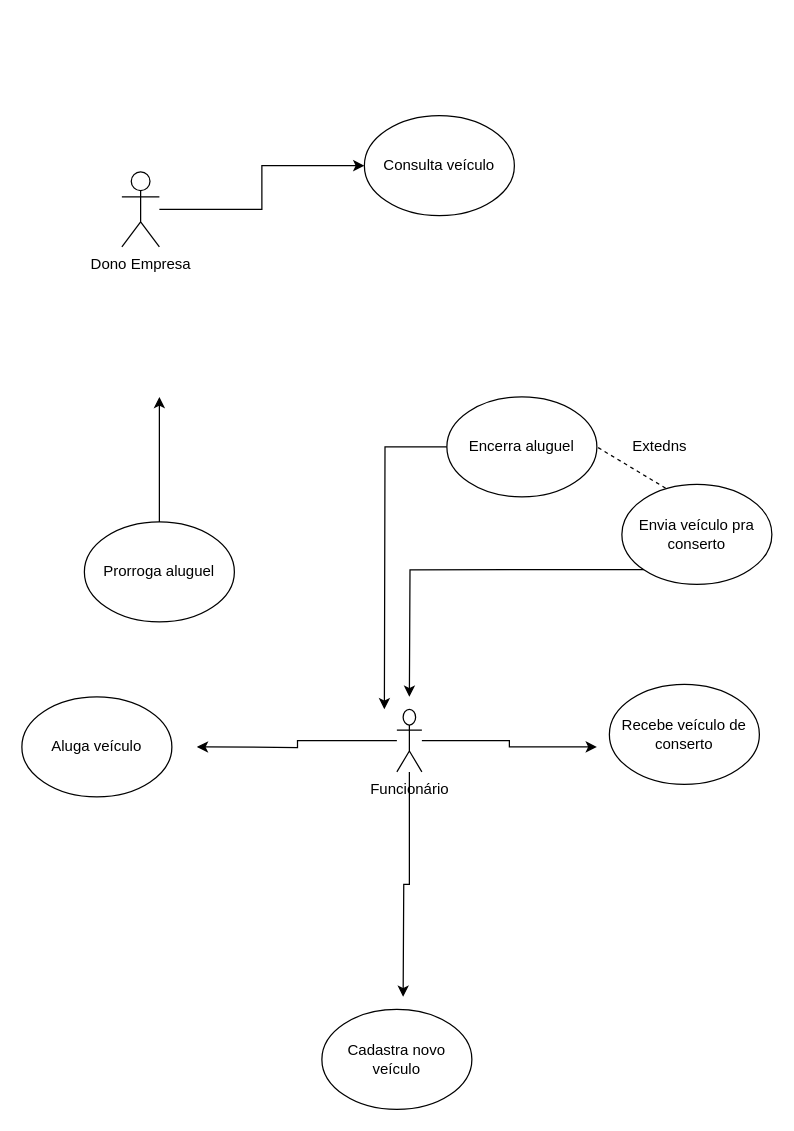
This is Untitled Diagram.drawio from EdneiFNeto/UML, a draw.io file, before an edit. Source tidied: cells renumbered, new cells numbered last; positions are measured from the earlier drawing's top-left corner, leaving out a move shared by most shapes. Both pictures are drawn from the tidied source at 125%, with x=0, y=0 at pixel (21, 115).
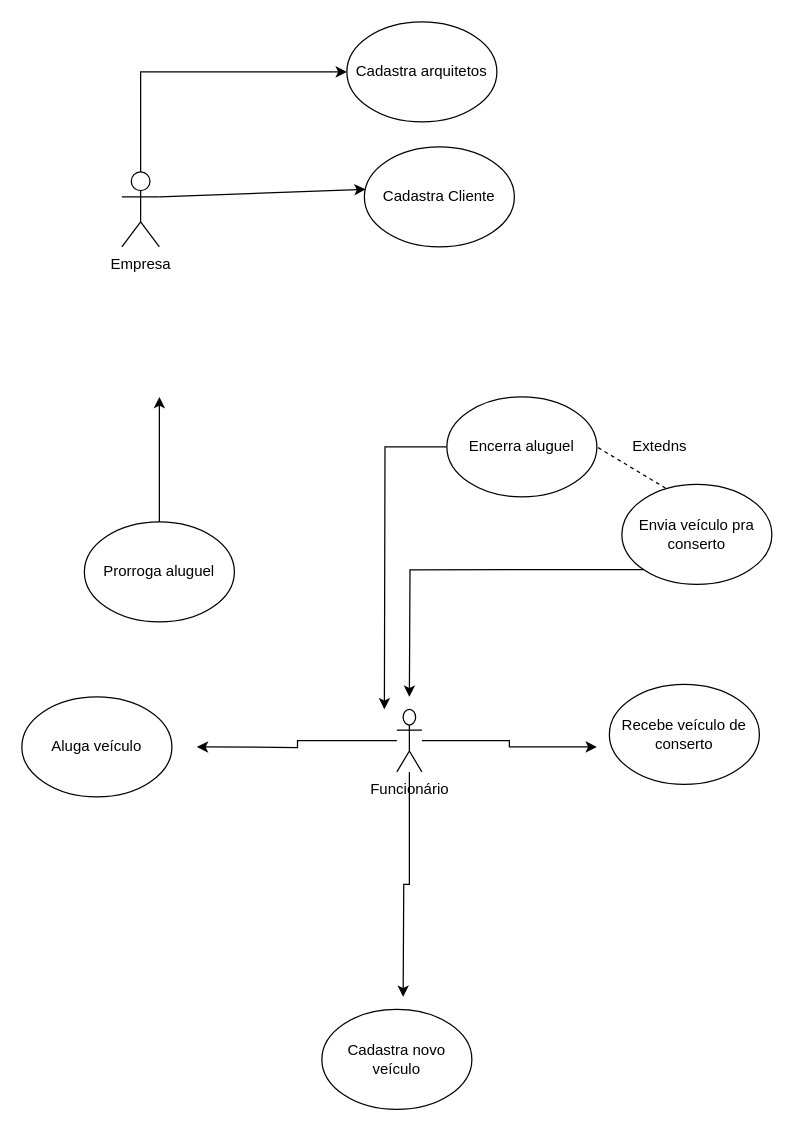
The same diagram, later.

Commit message:
cadastro clentes

The edit, as a diff of the source:
```diff
@@
     <mxCell id="6" style="edgeStyle=orthogonalEdgeStyle;rounded=0;jettySize=auto;html=1;entryX=0;entryY=0.5;entryDx=0;entryDy=0;" parent="1" edge="1" source="7" target="8">
-      <mxGeometry relative="1" as="geometry" />
+      <mxGeometry relative="1" as="geometry">
+        <Array as="points">
+          <mxPoint x="95" y="-35" />
+        </Array>
+      </mxGeometry>
     </mxCell>
-    <mxCell id="7" value="Dono Empresa" style="shape=umlActor;verticalLabelPosition=bottom;verticalAlign=top;html=1;outlineConnect=0;" parent="1" vertex="1">
+    <mxCell id="7" value="Empresa" style="shape=umlActor;verticalLabelPosition=bottom;verticalAlign=top;html=1;outlineConnect=0;" parent="1" vertex="1">
       <mxGeometry x="80" y="45" width="30" height="60" as="geometry" />
     </mxCell>
-    <mxCell id="8" value="Consulta veículo" style="ellipse;whiteSpace=wrap;html=1;" parent="1" vertex="1">
-      <mxGeometry x="274" width="120" height="80" as="geometry" />
+    <mxCell id="8" value="Cadastra arquitetos" style="ellipse;whiteSpace=wrap;html=1;" parent="1" vertex="1">
+      <mxGeometry x="260" y="-75" width="120" height="80" as="geometry" />
     </mxCell>
@@
+    <mxCell id="20" value="Cadastra Cliente" style="ellipse;whiteSpace=wrap;html=1;" parent="1" vertex="1">
+      <mxGeometry x="274" y="25" width="120" height="80" as="geometry" />
+    </mxCell>
+    <mxCell id="21" style="endArrow=classic;html=1;exitX=1;exitY=0.3333333333333333;exitDx=0;exitDy=0;exitPerimeter=0;entryX=0.008;entryY=0.425;entryDx=0;entryDy=0;entryPerimeter=0;" parent="1" edge="1" source="7" target="20">
+      <mxGeometry relative="1" as="geometry" />
+    </mxCell>
```
